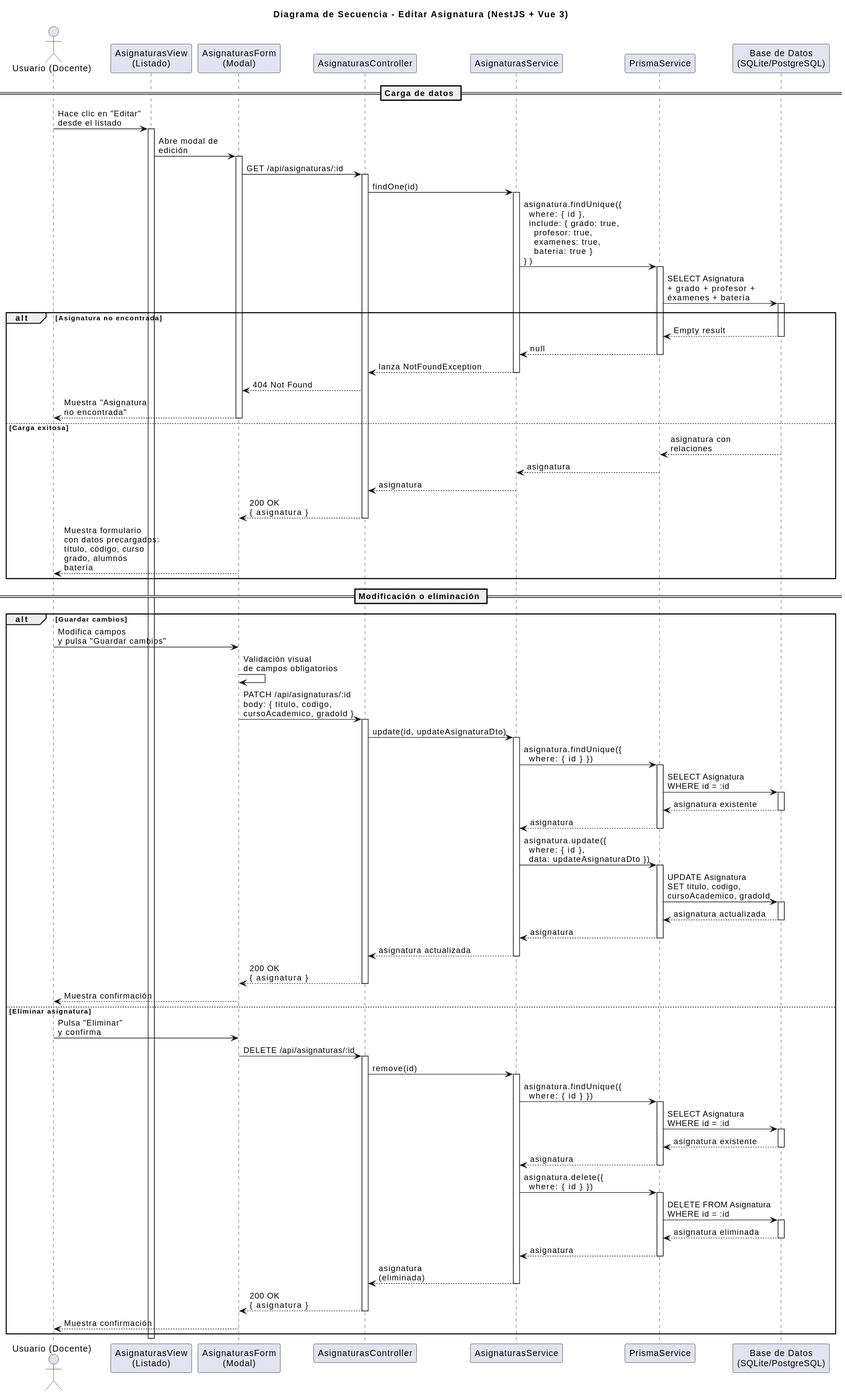
The PlantUML diagram images/diseño/editarAsignatura/secuencia.svg in marcosgutierrez6/25-26-idsw2-sdVC, before a commit.
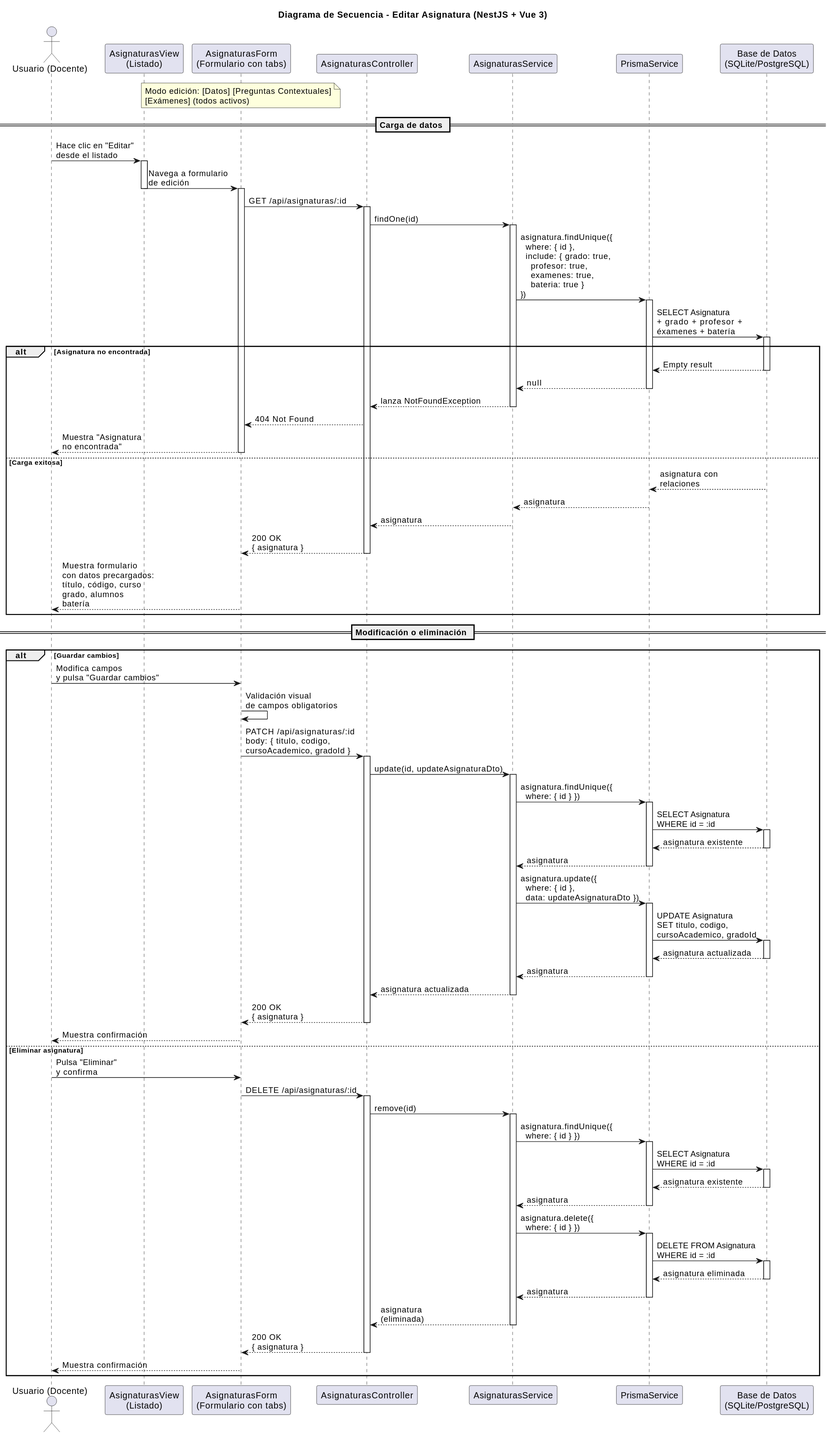
Later version of the same file.

Change to the diagram source:
```diff
@@ -3,18 +3,21 @@
 
 actor "Usuario (Docente)" as User
 participant "AsignaturasView\n(Listado)" as List
-participant "AsignaturasForm\n(Modal)" as Form
+participant "AsignaturasForm\n(Formulario con tabs)" as Form
 participant "AsignaturasController" as Controller
 participant "AsignaturasService" as Service
 participant "PrismaService" as Prisma
 participant "Base de Datos\n(SQLite/PostgreSQL)" as DB
+
+note over Form : Modo edición: [Datos] [Preguntas Contextuales]\n[Exámenes] (todos activos)
 
 == Carga de datos ==
 
 User -> List: Hace clic en "Editar"\ndesde el listado
 activate List
 
-List -> Form: Abre modal de\nedición
+List -> Form: Navega a formulario\nde edición
+deactivate List
 activate Form
 
 Form -> Controller: GET /api/asignaturas/:id
@@ -118,5 +121,4 @@
 end
 
 deactivate Form
-deactivate List
 @enduml
```
